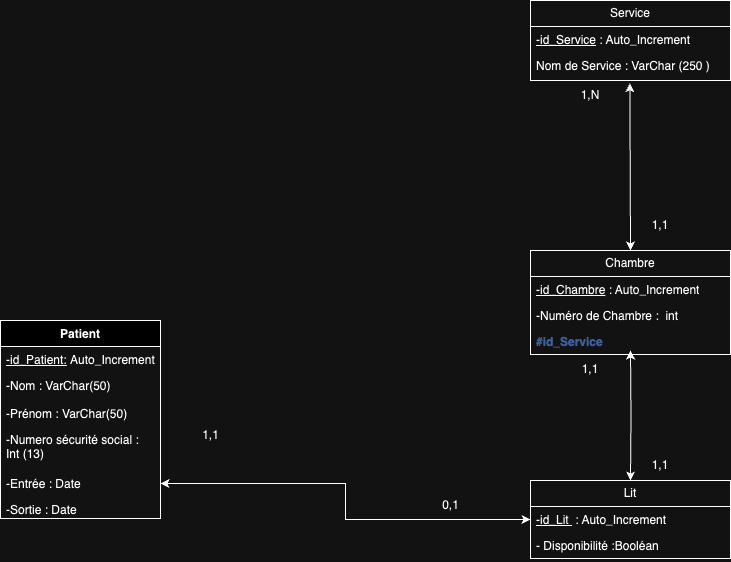
Before: Merise/MPD/MPD.drawio.png, a diagram exported from draw.io (WazeAbi/ECF_HOPITAL). Source tidied: cells renumbered, new cells last; positions are measured from the earlier drawing's top-left corner, leaving out a move shared by most shapes. Source of this version:
```xml
<mxGraphModel>
  <root>
    <mxCell id="0" />
    <mxCell id="1" parent="0" />
    <mxCell id="2" value="Service" style="swimlane;fontStyle=0;horizontal=1;startSize=26;fillColor=none;whiteSpace=wrap;html=1;" parent="1" vertex="1">
      <mxGeometry x="530" width="200" height="80" as="geometry" />
    </mxCell>
    <mxCell id="3" value="&lt;u&gt;-id_Service&lt;/u&gt;&amp;nbsp;: Auto_Increment&lt;div&gt;&lt;br&gt;&lt;/div&gt;" style="text;strokeColor=none;fillColor=none;align=left;verticalAlign=top;spacingLeft=4;spacingRight=4;overflow=hidden;whiteSpace=wrap;html=1;" parent="2" vertex="1">
      <mxGeometry y="26" width="200" height="26" as="geometry" />
    </mxCell>
    <mxCell id="4" value="Nom de Service : VarChar (250 )&amp;nbsp;" style="text;strokeColor=none;fillColor=none;align=left;verticalAlign=top;spacingLeft=4;spacingRight=4;overflow=hidden;points=[[0,0.5],[1,0.5]];portConstraint=eastwest;whiteSpace=wrap;html=1;" parent="2" vertex="1">
      <mxGeometry y="52" width="200" height="28" as="geometry" />
    </mxCell>
    <mxCell id="5" value="Chambre" style="swimlane;fontStyle=0;horizontal=1;startSize=26;fillColor=none;whiteSpace=wrap;html=1;" parent="1" vertex="1">
      <mxGeometry x="530" y="250" width="200" height="104" as="geometry" />
    </mxCell>
    <mxCell id="6" value="&lt;u&gt;-id_Chambre&lt;/u&gt;&amp;nbsp;: Auto_Increment" style="text;strokeColor=none;fillColor=none;align=left;verticalAlign=top;spacingLeft=4;spacingRight=4;overflow=hidden;whiteSpace=wrap;html=1;" parent="5" vertex="1">
      <mxGeometry y="26" width="200" height="26" as="geometry" />
    </mxCell>
    <mxCell id="7" value="-Numéro de Chambre :&amp;nbsp; int&amp;nbsp;" style="text;strokeColor=none;fillColor=none;align=left;verticalAlign=top;spacingLeft=4;spacingRight=4;overflow=hidden;whiteSpace=wrap;html=1;" parent="5" vertex="1">
      <mxGeometry y="52" width="200" height="26" as="geometry" />
    </mxCell>
    <mxCell id="8" value="&lt;b&gt;&lt;font color=&quot;#7ea6e0&quot;&gt;#id_Service&lt;/font&gt;&lt;/b&gt;" style="text;strokeColor=none;fillColor=none;align=left;verticalAlign=top;spacingLeft=4;spacingRight=4;overflow=hidden;whiteSpace=wrap;html=1;" parent="5" vertex="1">
      <mxGeometry y="78" width="200" height="26" as="geometry" />
    </mxCell>
    <mxCell id="9" value="Lit" style="swimlane;fontStyle=0;horizontal=1;startSize=26;fillColor=none;whiteSpace=wrap;html=1;" parent="1" vertex="1">
      <mxGeometry x="530" y="480" width="200" height="78" as="geometry" />
    </mxCell>
    <mxCell id="10" value="&lt;u&gt;-id_Lit&amp;nbsp;&lt;/u&gt;&amp;nbsp;: Auto_Increment" style="text;strokeColor=none;fillColor=none;align=left;verticalAlign=top;spacingLeft=4;spacingRight=4;overflow=hidden;points=[[0,0.5],[1,0.5]];portConstraint=eastwest;whiteSpace=wrap;html=1;" parent="9" vertex="1">
      <mxGeometry y="26" width="200" height="26" as="geometry" />
    </mxCell>
    <mxCell id="11" value="- Disponibilité :Booléan" style="text;strokeColor=none;fillColor=none;align=left;verticalAlign=top;spacingLeft=4;spacingRight=4;overflow=hidden;whiteSpace=wrap;html=1;" parent="9" vertex="1">
      <mxGeometry y="52" width="200" height="26" as="geometry" />
    </mxCell>
    <mxCell id="12" value="1,N" style="text;html=1;align=center;verticalAlign=middle;whiteSpace=wrap;rounded=0;" parent="1" vertex="1">
      <mxGeometry x="560" y="80" width="60" height="30" as="geometry" />
    </mxCell>
    <mxCell id="13" value="1,1" style="text;html=1;align=center;verticalAlign=middle;whiteSpace=wrap;rounded=0;" parent="1" vertex="1">
      <mxGeometry x="630" y="210" width="60" height="30" as="geometry" />
    </mxCell>
    <mxCell id="14" value="1,1" style="text;html=1;align=center;verticalAlign=middle;whiteSpace=wrap;rounded=0;" parent="1" vertex="1">
      <mxGeometry x="630" y="450" width="60" height="30" as="geometry" />
    </mxCell>
    <mxCell id="15" value="1,1" style="text;html=1;align=center;verticalAlign=middle;whiteSpace=wrap;rounded=0;" parent="1" vertex="1">
      <mxGeometry x="560" y="354" width="60" height="30" as="geometry" />
    </mxCell>
    <mxCell id="16" value="Patient&lt;div&gt;&lt;br&gt;&lt;/div&gt;" style="swimlane;fontStyle=1;align=center;verticalAlign=top;horizontal=1;startSize=26;whiteSpace=wrap;html=1;" parent="1" vertex="1">
      <mxGeometry y="320" width="160" height="198" as="geometry" />
    </mxCell>
    <mxCell id="17" value="&lt;u&gt;-id_Patient:&lt;/u&gt;&amp;nbsp;Auto_Increment" style="text;strokeColor=none;fillColor=none;align=left;verticalAlign=top;spacingLeft=4;spacingRight=4;overflow=hidden;whiteSpace=wrap;html=1;" parent="16" vertex="1">
      <mxGeometry y="26" width="160" height="26" as="geometry" />
    </mxCell>
    <mxCell id="18" value="-Nom : VarChar(50)&lt;div&gt;&lt;br&gt;&lt;/div&gt;" style="text;strokeColor=none;fillColor=none;align=left;verticalAlign=top;spacingLeft=4;spacingRight=4;overflow=hidden;whiteSpace=wrap;html=1;" parent="16" vertex="1">
      <mxGeometry y="52" width="160" height="28" as="geometry" />
    </mxCell>
    <mxCell id="19" value="&lt;div&gt;&lt;div&gt;-Prénom : VarChar(50)&lt;/div&gt;&lt;/div&gt;&lt;div&gt;&lt;br&gt;&lt;/div&gt;" style="text;strokeColor=none;fillColor=none;align=left;verticalAlign=top;spacingLeft=4;spacingRight=4;overflow=hidden;whiteSpace=wrap;html=1;" parent="16" vertex="1">
      <mxGeometry y="80" width="160" height="26" as="geometry" />
    </mxCell>
    <mxCell id="20" value="-Numero sécurité social :&amp;nbsp;&lt;br&gt;Int (13)&amp;nbsp;&lt;br&gt;&lt;div&gt;&lt;br&gt;&lt;/div&gt;" style="text;strokeColor=none;fillColor=none;align=left;verticalAlign=top;spacingLeft=4;spacingRight=4;overflow=hidden;whiteSpace=wrap;html=1;" parent="16" vertex="1">
      <mxGeometry y="106" width="160" height="44" as="geometry" />
    </mxCell>
    <mxCell id="21" value="&lt;div&gt;&lt;div&gt;-Entrée : Date&lt;/div&gt;&lt;/div&gt;" style="text;strokeColor=none;fillColor=none;align=left;verticalAlign=top;spacingLeft=4;spacingRight=4;overflow=hidden;points=[[0,0.5],[1,0.5]];portConstraint=eastwest;whiteSpace=wrap;html=1;" parent="16" vertex="1">
      <mxGeometry y="150" width="160" height="26" as="geometry" />
    </mxCell>
    <mxCell id="22" value="&lt;div&gt;&lt;div&gt;-Sortie : Date&lt;/div&gt;&lt;/div&gt;" style="text;strokeColor=none;fillColor=none;align=left;verticalAlign=top;spacingLeft=4;spacingRight=4;overflow=hidden;whiteSpace=wrap;html=1;" parent="16" vertex="1">
      <mxGeometry y="176" width="160" height="22" as="geometry" />
    </mxCell>
    <mxCell id="23" value="0,1" style="text;html=1;align=center;verticalAlign=middle;strokeColor=none;fillColor=none;" parent="1" vertex="1">
      <mxGeometry x="430" y="490" width="40" height="30" as="geometry" />
    </mxCell>
    <mxCell id="24" value="1,1" style="text;html=1;align=center;verticalAlign=middle;strokeColor=none;fillColor=none;" parent="1" vertex="1">
      <mxGeometry x="190" y="420" width="40" height="30" as="geometry" />
    </mxCell>
    <mxCell id="25" style="edgeStyle=orthogonalEdgeStyle;rounded=0;jettySize=auto;html=1;entryX=0.5;entryY=0;entryDx=0;entryDy=0;startArrow=classic;startFill=1;" parent="1" edge="1" target="9">
      <mxGeometry relative="1" as="geometry">
        <mxPoint x="630" y="350" as="sourcePoint" />
      </mxGeometry>
    </mxCell>
    <mxCell id="26" style="edgeStyle=orthogonalEdgeStyle;rounded=0;jettySize=auto;html=1;entryX=0.5;entryY=0;entryDx=0;entryDy=0;startArrow=classic;startFill=1;exitX=0.497;exitY=1.1;exitDx=0;exitDy=0;exitPerimeter=0;" parent="1" edge="1" source="4" target="5">
      <mxGeometry relative="1" as="geometry">
        <Array as="points">
          <mxPoint x="629" y="90" />
          <mxPoint x="630" y="90" />
        </Array>
      </mxGeometry>
    </mxCell>
    <mxCell id="27" style="edgeStyle=orthogonalEdgeStyle;rounded=0;jettySize=auto;html=1;entryX=0;entryY=0.5;entryDx=0;entryDy=0;startArrow=classic;startFill=1;" parent="1" edge="1" source="21" target="10">
      <mxGeometry relative="1" as="geometry" />
    </mxCell>
  </root>
</mxGraphModel>
```
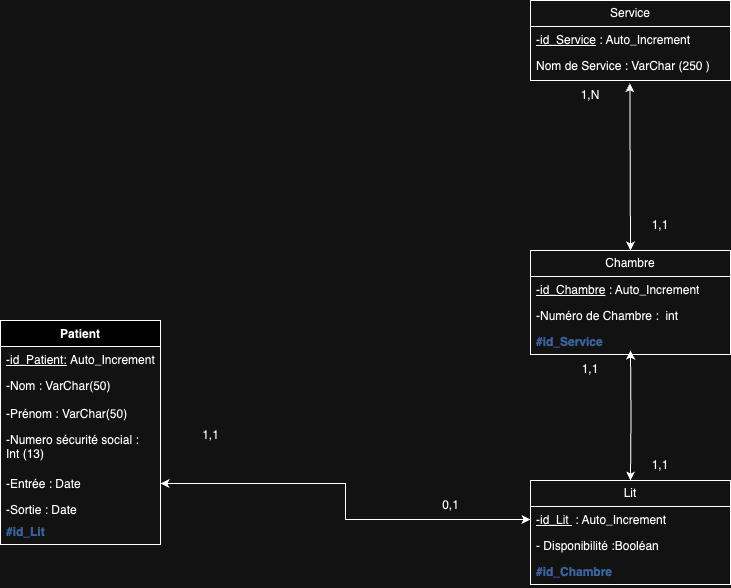
After the change.

Commit message:
Fix(Merise):Modification des diagrammes par l'ajout des clef étrangères

What changed in the source:
```diff
@@ -24,7 +24,7 @@
       <mxGeometry y="78" width="200" height="26" as="geometry" />
     </mxCell>
     <mxCell id="9" value="Lit" style="swimlane;fontStyle=0;horizontal=1;startSize=26;fillColor=none;whiteSpace=wrap;html=1;" parent="1" vertex="1">
-      <mxGeometry x="530" y="480" width="200" height="78" as="geometry" />
+      <mxGeometry x="530" y="480" width="200" height="104" as="geometry" />
     </mxCell>
     <mxCell id="10" value="&lt;u&gt;-id_Lit&amp;nbsp;&lt;/u&gt;&amp;nbsp;: Auto_Increment" style="text;strokeColor=none;fillColor=none;align=left;verticalAlign=top;spacingLeft=4;spacingRight=4;overflow=hidden;points=[[0,0.5],[1,0.5]];portConstraint=eastwest;whiteSpace=wrap;html=1;" parent="9" vertex="1">
       <mxGeometry y="26" width="200" height="26" as="geometry" />
@@ -32,6 +32,9 @@
     <mxCell id="11" value="- Disponibilité :Booléan" style="text;strokeColor=none;fillColor=none;align=left;verticalAlign=top;spacingLeft=4;spacingRight=4;overflow=hidden;whiteSpace=wrap;html=1;" parent="9" vertex="1">
       <mxGeometry y="52" width="200" height="26" as="geometry" />
     </mxCell>
+    <mxCell id="28" value="&lt;b&gt;&lt;font color=&quot;#7ea6e0&quot;&gt;#id_Chambre&lt;/font&gt;&lt;/b&gt;" style="text;strokeColor=none;fillColor=none;align=left;verticalAlign=top;spacingLeft=4;spacingRight=4;overflow=hidden;whiteSpace=wrap;html=1;" parent="9" vertex="1">
+      <mxGeometry y="78" width="200" height="26" as="geometry" />
+    </mxCell>
     <mxCell id="12" value="1,N" style="text;html=1;align=center;verticalAlign=middle;whiteSpace=wrap;rounded=0;" parent="1" vertex="1">
       <mxGeometry x="560" y="80" width="60" height="30" as="geometry" />
     </mxCell>
@@ -45,7 +48,7 @@
       <mxGeometry x="560" y="354" width="60" height="30" as="geometry" />
     </mxCell>
     <mxCell id="16" value="Patient&lt;div&gt;&lt;br&gt;&lt;/div&gt;" style="swimlane;fontStyle=1;align=center;verticalAlign=top;horizontal=1;startSize=26;whiteSpace=wrap;html=1;" parent="1" vertex="1">
-      <mxGeometry y="320" width="160" height="198" as="geometry" />
+      <mxGeometry y="320" width="160" height="224" as="geometry" />
     </mxCell>
     <mxCell id="17" value="&lt;u&gt;-id_Patient:&lt;/u&gt;&amp;nbsp;Auto_Increment" style="text;strokeColor=none;fillColor=none;align=left;verticalAlign=top;spacingLeft=4;spacingRight=4;overflow=hidden;whiteSpace=wrap;html=1;" parent="16" vertex="1">
       <mxGeometry y="26" width="160" height="26" as="geometry" />
@@ -65,6 +68,9 @@
     <mxCell id="22" value="&lt;div&gt;&lt;div&gt;-Sortie : Date&lt;/div&gt;&lt;/div&gt;" style="text;strokeColor=none;fillColor=none;align=left;verticalAlign=top;spacingLeft=4;spacingRight=4;overflow=hidden;whiteSpace=wrap;html=1;" parent="16" vertex="1">
       <mxGeometry y="176" width="160" height="22" as="geometry" />
     </mxCell>
+    <mxCell id="29" value="&lt;font color=&quot;#7ea6e0&quot;&gt;&lt;b&gt;#id_Lit&lt;/b&gt;&lt;/font&gt;&lt;div&gt;&lt;font color=&quot;#7ea6e0&quot;&gt;&lt;b&gt;&lt;br&gt;&lt;/b&gt;&lt;/font&gt;&lt;/div&gt;" style="text;strokeColor=none;fillColor=none;align=left;verticalAlign=top;spacingLeft=4;spacingRight=4;overflow=hidden;whiteSpace=wrap;html=1;" parent="16" vertex="1">
+      <mxGeometry y="198" width="160" height="26" as="geometry" />
+    </mxCell>
     <mxCell id="23" value="0,1" style="text;html=1;align=center;verticalAlign=middle;strokeColor=none;fillColor=none;" parent="1" vertex="1">
       <mxGeometry x="430" y="490" width="40" height="30" as="geometry" />
     </mxCell>
```
